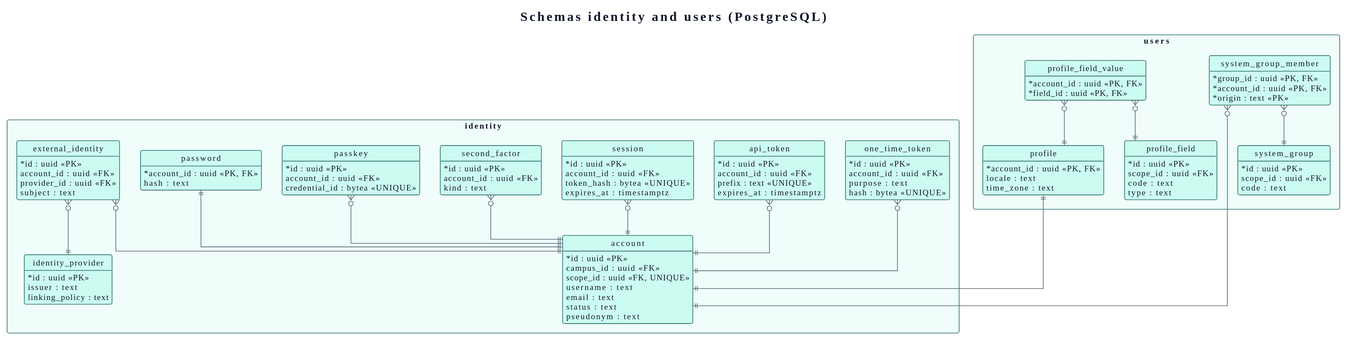
This is docs/03-design/data-model/identity.svg from didactika/kampus, a PlantUML export, as it was before one commit. Source of this version:
```plantuml
@startuml
!theme plain
skinparam backgroundColor #FFFFFF
skinparam defaultFontName Verdana
skinparam defaultFontSize 14
skinparam defaultFontColor #0F172A
skinparam shadowing false
skinparam packageStyle rectangle
skinparam ArrowFontSize 12
skinparam ClassAttributeIconSize 0
skinparam roundCorner 6
skinparam ArrowColor #475569
skinparam ArrowFontColor #0F172A
skinparam NoteBackgroundColor #ECFEFF
skinparam NoteBorderColor #115E59
skinparam NoteFontColor #0F172A
skinparam class {
  BackgroundColor #CCFBF1
  BorderColor #115E59
  FontColor #0F172A
}
skinparam entity {
  BackgroundColor #CCFBF1
  BorderColor #115E59
  FontColor #0F172A
}
skinparam participant {
  BackgroundColor #CCFBF1
  BorderColor #115E59
  FontColor #0F172A
}
skinparam actor {
  BackgroundColor #CCFBF1
  BorderColor #115E59
  FontColor #0F172A
}
skinparam database {
  BackgroundColor #CCFBF1
  BorderColor #115E59
  FontColor #0F172A
}
skinparam component {
  BackgroundColor #CCFBF1
  BorderColor #115E59
  FontColor #0F172A
}
skinparam node {
  BackgroundColor #CCFBF1
  BorderColor #115E59
  FontColor #0F172A
}
skinparam usecase {
  BackgroundColor #CCFBF1
  BorderColor #115E59
  FontColor #0F172A
}
skinparam interface {
  BackgroundColor #CCFBF1
  BorderColor #115E59
  FontColor #0F172A
}
skinparam state {
  BackgroundColor #CCFBF1
  BorderColor #115E59
  FontColor #0F172A
  StartColor #475569
  EndColor #475569
  ArrowColor #475569
}
skinparam package {
  BackgroundColor #F0FDFA
  BorderColor #115E59
  FontColor #0F172A
}
skinparam sequence {
  LifeLineBorderColor #475569
  LifeLineBackgroundColor #CCFBF1
  ArrowColor #475569
  GroupBorderColor #115E59
  GroupBackgroundColor #F0FDFA
}
skinparam package<<level1>> {
  BackgroundColor #DBEAFE
  BorderColor #115E59
  FontColor #0F172A
}
skinparam package<<level2>> {
  BackgroundColor #E0F2FE
  BorderColor #115E59
  FontColor #0F172A
}
skinparam package<<level3>> {
  BackgroundColor #F1F5F9
  BorderColor #115E59
  FontColor #0F172A
}
skinparam package<<level4>> {
  BackgroundColor #F8FAFC
  BorderColor #115E59
  FontColor #0F172A
}
hide <<level1>> stereotype
hide <<level2>> stereotype
hide <<level3>> stereotype
hide <<level4>> stereotype
hide empty members
hide circle
skinparam linetype ortho
title Schemas identity and users (PostgreSQL)

package identity {
  entity account {
    * id : uuid <<PK>>
    campus_id : uuid <<FK>>
    scope_id : uuid <<FK, UNIQUE>>
    username : text
    email : text
    status : text
    pseudonym : text
  }
  entity password {
    * account_id : uuid <<PK, FK>>
    hash : text
  }
  entity passkey {
    * id : uuid <<PK>>
    account_id : uuid <<FK>>
    credential_id : bytea <<UNIQUE>>
  }
  entity identity_provider {
    * id : uuid <<PK>>
    issuer : text
    linking_policy : text
  }
  entity external_identity {
    * id : uuid <<PK>>
    account_id : uuid <<FK>>
    provider_id : uuid <<FK>>
    subject : text
  }
  entity second_factor {
    * id : uuid <<PK>>
    account_id : uuid <<FK>>
    kind : text
  }
  entity session {
    * id : uuid <<PK>>
    account_id : uuid <<FK>>
    token_hash : bytea <<UNIQUE>>
    expires_at : timestamptz
  }
  entity api_token {
    * id : uuid <<PK>>
    account_id : uuid <<FK>>
    prefix : text <<UNIQUE>>
    expires_at : timestamptz
  }
  entity one_time_token {
    * id : uuid <<PK>>
    account_id : uuid <<FK>>
    purpose : text
    hash : bytea <<UNIQUE>>
  }
}
package users {
  entity profile {
    * account_id : uuid <<PK, FK>>
    locale : text
    time_zone : text
  }
  entity profile_field {
    * id : uuid <<PK>>
    scope_id : uuid <<FK>>
    code : text
    type : text
  }
  entity profile_field_value {
    * account_id : uuid <<PK, FK>>
    * field_id : uuid <<PK, FK>>
  }
  entity system_group {
    * id : uuid <<PK>>
    scope_id : uuid <<FK>>
    code : text
  }
  entity system_group_member {
    * group_id : uuid <<PK, FK>>
    * account_id : uuid <<PK, FK>>
    * origin : text <<PK>>
  }
}

password ||--|| account
passkey }o--|| account
external_identity }o--|| account
external_identity }o--|| identity_provider
second_factor }o--|| account
session }o--|| account
api_token }o--|| account
one_time_token }o--|| account
profile ||--|| account
profile_field_value }o--|| profile
profile_field_value }o--|| profile_field
system_group_member }o--|| system_group
system_group_member }o--|| account
@enduml
```
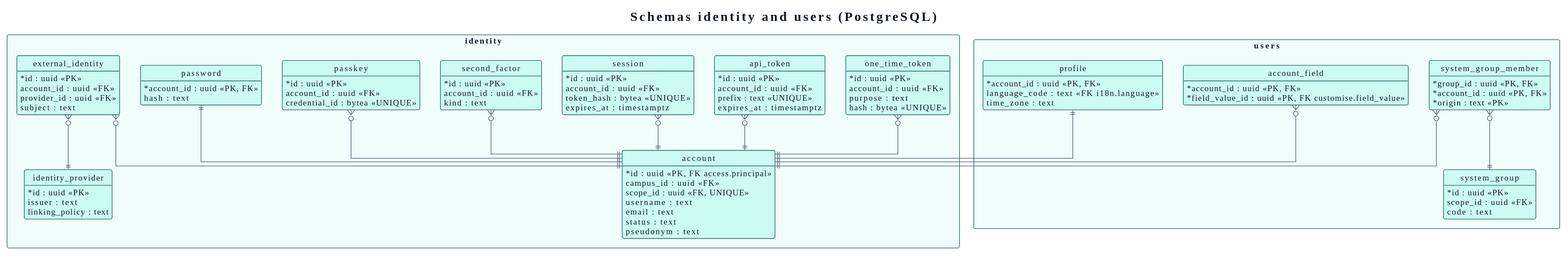
After the change.

Change to the diagram source:
```diff
@@ -110,7 +110,7 @@
 
 package identity {
   entity account {
-    * id : uuid <<PK>>
+    * id : uuid <<PK, FK access.principal>>
     campus_id : uuid <<FK>>
     scope_id : uuid <<FK, UNIQUE>>
     username : text
@@ -165,18 +165,12 @@
 package users {
   entity profile {
     * account_id : uuid <<PK, FK>>
-    locale : text
+    language_code : text <<FK i18n.language>>
     time_zone : text
   }
-  entity profile_field {
-    * id : uuid <<PK>>
-    scope_id : uuid <<FK>>
-    code : text
-    type : text
-  }
-  entity profile_field_value {
+  entity account_field {
     * account_id : uuid <<PK, FK>>
-    * field_id : uuid <<PK, FK>>
+    * field_value_id : uuid <<PK, FK customise.field_value>>
   }
   entity system_group {
     * id : uuid <<PK>>
@@ -199,8 +193,7 @@
 api_token }o--|| account
 one_time_token }o--|| account
 profile ||--|| account
-profile_field_value }o--|| profile
-profile_field_value }o--|| profile_field
+account_field }o--|| account
 system_group_member }o--|| system_group
 system_group_member }o--|| account
 @enduml
```
